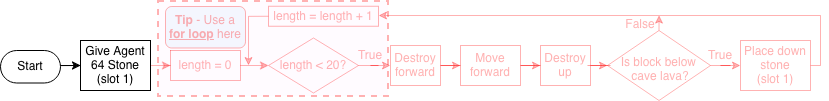
Earlier version of the draw.io export tutorials/python-islands/island-7/autominer/images/flowchart-landscape_1.png (CausewayDigital/Minecraft-EE-MakeCode). Source tidied: cells renumbered, new cells last; positions are measured from the earlier drawing's top-left corner, leaving out a move shared by most shapes.
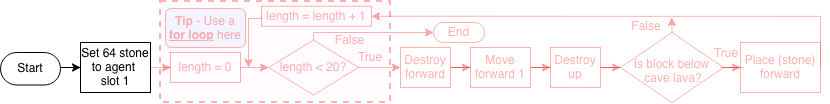
After the commit.

Commit message:
Updated flowchart images for autominer

The edit, as a diff of the source:
```diff
@@ -7,73 +7,85 @@
         <mxPoint x="60" y="64" as="sourcePoint" />
       </mxGeometry>
     </mxCell>
-    <mxCell id="3" style="edgeStyle=orthogonalEdgeStyle;rounded=0;jettySize=auto;html=1;shadow=0;strokeColor=#FF0000;opacity=30;fontColor=#FF0000;textOpacity=30;" parent="1" edge="1" source="4" target="6">
+    <mxCell id="3" style="edgeStyle=orthogonalEdgeStyle;rounded=0;jettySize=auto;html=1;shadow=0;fontColor=#FF0000;textOpacity=30;strokeColor=#FF0000;opacity=30;" parent="1" edge="1" source="4" target="6">
       <mxGeometry relative="1" as="geometry" />
     </mxCell>
-    <mxCell id="4" value="&lt;div&gt;Give Agent 64 Stone&lt;/div&gt;(slot 1)" style="rounded=0;whiteSpace=wrap;html=1;" parent="1" vertex="1">
+    <mxCell id="4" value="Set 64 stone to agent&amp;nbsp;&lt;div&gt;slot 1&lt;/div&gt;" style="rounded=0;whiteSpace=wrap;html=1;" parent="1" vertex="1">
       <mxGeometry x="80" y="39" width="70" height="50" as="geometry" />
     </mxCell>
-    <mxCell id="5" style="edgeStyle=orthogonalEdgeStyle;rounded=0;jettySize=auto;html=1;shadow=0;strokeColor=#FF0000;opacity=30;fontColor=#FF0000;textOpacity=30;" parent="1" edge="1" source="6" target="8">
+    <mxCell id="5" style="edgeStyle=orthogonalEdgeStyle;rounded=0;jettySize=auto;html=1;shadow=0;fontColor=#FF0000;textOpacity=30;strokeColor=#FF0000;opacity=30;" parent="1" edge="1" source="6" target="8">
       <mxGeometry relative="1" as="geometry" />
     </mxCell>
-    <mxCell id="6" value="length = 0" style="rounded=0;whiteSpace=wrap;html=1;shadow=0;strokeColor=#FF0000;opacity=30;fontColor=#FF0000;textOpacity=30;" parent="1" vertex="1">
+    <mxCell id="6" value="length = 0" style="rounded=0;whiteSpace=wrap;html=1;shadow=0;fontColor=#FF0000;textOpacity=30;strokeColor=#FF0000;opacity=30;" parent="1" vertex="1">
       <mxGeometry x="170" y="49" width="70" height="30" as="geometry" />
     </mxCell>
-    <mxCell id="7" style="edgeStyle=orthogonalEdgeStyle;rounded=0;jettySize=auto;html=1;shadow=0;strokeColor=#FF0000;opacity=30;fontColor=#FF0000;textOpacity=30;" parent="1" edge="1" source="8" target="10">
+    <mxCell id="7" style="edgeStyle=orthogonalEdgeStyle;rounded=0;jettySize=auto;html=1;shadow=0;fontColor=#FF0000;textOpacity=30;strokeColor=#FF0000;opacity=30;" parent="1" edge="1" source="8" target="10">
       <mxGeometry relative="1" as="geometry" />
     </mxCell>
+    <mxCell id="28" style="edgeStyle=orthogonalEdgeStyle;rounded=0;jettySize=auto;html=1;exitX=0.5;exitY=0;exitDx=0;exitDy=0;fontSize=12;fontColor=#FF0000;textOpacity=30;strokeColor=#FF0000;opacity=30;" parent="1" edge="1" source="8" target="31">
+      <mxGeometry relative="1" as="geometry">
+        <Array as="points">
+          <mxPoint x="313" y="29" />
+        </Array>
+      </mxGeometry>
+    </mxCell>
+    <mxCell id="29" value="&lt;font style=&quot;font-size: 12px;&quot;&gt;False&lt;/font&gt;" style="edgeLabel;html=1;align=center;verticalAlign=middle;fontColor=#FF0000;textOpacity=30;" parent="28" vertex="1">
+      <mxGeometry x="-0.48" y="1" relative="1" as="geometry">
+        <mxPoint x="10" y="9" as="offset" />
+      </mxGeometry>
+    </mxCell>
-    <mxCell id="8" value="length &amp;lt; 20?" style="rhombus;whiteSpace=wrap;html=1;shadow=0;strokeColor=#FF0000;opacity=30;fontColor=#FF0000;textOpacity=30;" parent="1" vertex="1">
+    <mxCell id="8" value="length &amp;lt; 20?" style="rhombus;whiteSpace=wrap;html=1;shadow=0;fontColor=#FF0000;textOpacity=30;strokeColor=#FF0000;opacity=30;" parent="1" vertex="1">
       <mxGeometry x="268" y="36.5" width="90" height="55" as="geometry" />
     </mxCell>
-    <mxCell id="9" style="edgeStyle=orthogonalEdgeStyle;rounded=0;jettySize=auto;html=1;shadow=0;strokeColor=#FF0000;opacity=30;fontColor=#FF0000;textOpacity=30;" parent="1" edge="1" source="10" target="12">
+    <mxCell id="9" style="edgeStyle=orthogonalEdgeStyle;rounded=0;jettySize=auto;html=1;shadow=0;fontColor=#FF0000;textOpacity=30;strokeColor=#FF0000;opacity=30;" parent="1" edge="1" source="10" target="12">
       <mxGeometry relative="1" as="geometry" />
     </mxCell>
-    <mxCell id="10" value="Destroy forward" style="rounded=0;whiteSpace=wrap;html=1;shadow=0;strokeColor=#FF0000;opacity=30;fontColor=#FF0000;textOpacity=30;" parent="1" vertex="1">
-      <mxGeometry x="390" y="44" width="50" height="40" as="geometry" />
+    <mxCell id="10" value="Destroy forward" style="rounded=0;whiteSpace=wrap;html=1;shadow=0;fontColor=#FF0000;textOpacity=30;strokeColor=#FF0000;opacity=30;" parent="1" vertex="1">
+      <mxGeometry x="400" y="44" width="50" height="40" as="geometry" />
     </mxCell>
-    <mxCell id="11" style="edgeStyle=orthogonalEdgeStyle;rounded=0;jettySize=auto;html=1;exitX=1;exitY=0.5;exitDx=0;exitDy=0;shadow=0;strokeColor=#FF0000;opacity=30;fontColor=#FF0000;textOpacity=30;" parent="1" edge="1" source="12" target="14">
+    <mxCell id="11" style="edgeStyle=orthogonalEdgeStyle;rounded=0;jettySize=auto;html=1;exitX=1;exitY=0.5;exitDx=0;exitDy=0;shadow=0;fontColor=#FF0000;textOpacity=30;strokeColor=#FF0000;opacity=30;" parent="1" edge="1" source="12" target="14">
       <mxGeometry relative="1" as="geometry" />
     </mxCell>
-    <mxCell id="12" value="Move forward" style="rounded=0;whiteSpace=wrap;html=1;shadow=0;strokeColor=#FF0000;opacity=30;fontColor=#FF0000;textOpacity=30;" parent="1" vertex="1">
-      <mxGeometry x="460" y="44" width="60" height="40" as="geometry" />
+    <mxCell id="12" value="Move forward 1" style="rounded=0;whiteSpace=wrap;html=1;shadow=0;fontColor=#FF0000;textOpacity=30;strokeColor=#FF0000;opacity=30;" parent="1" vertex="1">
+      <mxGeometry x="470" y="44" width="60" height="40" as="geometry" />
     </mxCell>
-    <mxCell id="13" style="edgeStyle=orthogonalEdgeStyle;rounded=0;jettySize=auto;html=1;shadow=0;strokeColor=#FF0000;opacity=30;fontColor=#FF0000;textOpacity=30;" parent="1" edge="1" source="14" target="17">
+    <mxCell id="13" style="edgeStyle=orthogonalEdgeStyle;rounded=0;jettySize=auto;html=1;shadow=0;fontColor=#FF0000;textOpacity=30;strokeColor=#FF0000;opacity=30;" parent="1" edge="1" source="14" target="17">
       <mxGeometry relative="1" as="geometry" />
     </mxCell>
-    <mxCell id="14" value="Destroy up" style="rounded=0;whiteSpace=wrap;html=1;shadow=0;strokeColor=#FF0000;opacity=30;fontColor=#FF0000;textOpacity=30;" parent="1" vertex="1">
-      <mxGeometry x="540" y="44" width="50" height="40" as="geometry" />
+    <mxCell id="14" value="Destroy up" style="rounded=0;whiteSpace=wrap;html=1;shadow=0;fontColor=#FF0000;textOpacity=30;strokeColor=#FF0000;opacity=30;" parent="1" vertex="1">
+      <mxGeometry x="550" y="44" width="50" height="40" as="geometry" />
     </mxCell>
-    <mxCell id="15" style="edgeStyle=orthogonalEdgeStyle;rounded=0;jettySize=auto;html=1;shadow=0;strokeColor=#FF0000;opacity=30;fontColor=#FF0000;textOpacity=30;" parent="1" edge="1" source="17" target="19">
+    <mxCell id="15" style="edgeStyle=orthogonalEdgeStyle;rounded=0;jettySize=auto;html=1;shadow=0;fontColor=#FF0000;textOpacity=30;strokeColor=#FF0000;opacity=30;" parent="1" edge="1" source="17" target="19">
       <mxGeometry relative="1" as="geometry" />
     </mxCell>
-    <mxCell id="16" style="edgeStyle=orthogonalEdgeStyle;rounded=0;jettySize=auto;html=1;exitX=0.5;exitY=0;exitDx=0;exitDy=0;entryX=0.964;entryY=0.029;entryDx=0;entryDy=0;entryPerimeter=0;shadow=0;strokeColor=#FF0000;opacity=30;fontColor=#FF0000;textOpacity=30;" parent="1" edge="1" source="17" target="22">
-      <mxGeometry relative="1" as="geometry" />
-    </mxCell>
+    <mxCell id="30" style="edgeStyle=orthogonalEdgeStyle;rounded=0;jettySize=auto;html=1;exitX=0.5;exitY=0;exitDx=0;exitDy=0;fontColor=#FF0000;textOpacity=30;strokeColor=#FF0000;opacity=30;" parent="1" edge="1" source="17">
+      <mxGeometry relative="1" as="geometry">
+        <mxPoint x="671.3" y="14" as="targetPoint" />
+      </mxGeometry>
+    </mxCell>
-    <mxCell id="17" value="Is block below&amp;nbsp;&lt;br&gt;cave lava?" style="rhombus;whiteSpace=wrap;html=1;verticalAlign=middle;spacingBottom=0;spacingTop=7;spacingLeft=3;shadow=0;strokeColor=#FF0000;opacity=30;fontColor=#FF0000;textOpacity=30;" parent="1" vertex="1">
-      <mxGeometry x="607" y="29" width="103" height="70" as="geometry" />
+    <mxCell id="17" value="Is block below&amp;nbsp;&lt;br&gt;cave lava?" style="rhombus;whiteSpace=wrap;html=1;verticalAlign=middle;spacingBottom=0;spacingTop=7;spacingLeft=3;shadow=0;fontColor=#FF0000;textOpacity=30;strokeColor=#FF0000;opacity=30;" parent="1" vertex="1">
+      <mxGeometry x="620" y="29" width="103" height="70" as="geometry" />
     </mxCell>
-    <mxCell id="18" style="edgeStyle=orthogonalEdgeStyle;rounded=0;jettySize=auto;html=1;entryX=1;entryY=0.5;entryDx=0;entryDy=0;shadow=0;strokeColor=#FF0000;opacity=30;fontColor=#FF0000;textOpacity=30;" parent="1" edge="1" source="19" target="24">
+    <mxCell id="18" style="edgeStyle=orthogonalEdgeStyle;rounded=0;jettySize=auto;html=1;exitX=1;exitY=0.5;exitDx=0;exitDy=0;entryX=1;entryY=0.5;entryDx=0;entryDy=0;fontColor=#FF0000;textOpacity=30;strokeColor=#FF0000;opacity=30;" parent="1" edge="1" source="19" target="24">
       <mxGeometry relative="1" as="geometry">
         <Array as="points">
-          <mxPoint x="820" y="64" />
-          <mxPoint x="820" y="14" />
-          <mxPoint x="378" y="14" />
+          <mxPoint x="820" y="13" />
         </Array>
       </mxGeometry>
     </mxCell>
-    <mxCell id="19" value="&lt;div&gt;Place down stone&lt;/div&gt;(slot 1)" style="rounded=0;whiteSpace=wrap;html=1;shadow=0;strokeColor=#FF0000;opacity=30;fontColor=#FF0000;textOpacity=30;" parent="1" vertex="1">
-      <mxGeometry x="740" y="39" width="70" height="50" as="geometry" />
+    <mxCell id="19" value="&lt;div&gt;Place (stone) forward&lt;/div&gt;" style="rounded=0;whiteSpace=wrap;html=1;shadow=0;fontColor=#FF0000;textOpacity=30;strokeColor=#FF0000;opacity=30;" parent="1" vertex="1">
+      <mxGeometry x="740" y="39" width="80" height="50" as="geometry" />
     </mxCell>
-    <mxCell id="20" value="True&lt;span style=&quot;font-family: monospace; font-size: 0px;&quot;&gt;%3CmxGraphModel%3E%3Croot%3E%3CmxCell%20id%3D%220%22%2F%3E%3CmxCell%20id%3D%221%22%20parent%3D%220%22%2F%3E%3CmxCell%20id%3D%222%22%20value%3D%22destroy%20forward%22%20style%3D%22rounded%3D0%3BwhiteSpace%3Dwrap%3Bhtml%3D1%3B%22%20vertex%3D%221%22%20parent%3D%221%22%3E%3CmxGeometry%20x%3D%22240%22%20y%3D%22560%22%20width%3D%22120%22%20height%3D%2260%22%20as%3D%22geometry%22%2F%3E%3C%2FmxCell%3E%3C%2Froot%3E%3C%2FmxGraphModel%3E&lt;/span&gt;" style="text;html=1;align=center;verticalAlign=middle;whiteSpace=wrap;rounded=0;shadow=0;strokeColor=none;opacity=30;fontColor=#FF0000;textOpacity=30;" parent="1" vertex="1">
+    <mxCell id="20" value="True&lt;span style=&quot;font-family: monospace; font-size: 0px;&quot;&gt;%3CmxGraphModel%3E%3Croot%3E%3CmxCell%20id%3D%220%22%2F%3E%3CmxCell%20id%3D%221%22%20parent%3D%220%22%2F%3E%3CmxCell%20id%3D%222%22%20value%3D%22destroy%20forward%22%20style%3D%22rounded%3D0%3BwhiteSpace%3Dwrap%3Bhtml%3D1%3B%22%20vertex%3D%221%22%20parent%3D%221%22%3E%3CmxGeometry%20x%3D%22240%22%20y%3D%22560%22%20width%3D%22120%22%20height%3D%2260%22%20as%3D%22geometry%22%2F%3E%3C%2FmxCell%3E%3C%2Froot%3E%3C%2FmxGraphModel%3E&lt;/span&gt;" style="text;html=1;align=center;verticalAlign=middle;whiteSpace=wrap;rounded=0;shadow=0;fontColor=#FF0000;textOpacity=30;" parent="1" vertex="1">
       <mxGeometry x="350" y="44" width="40" height="20" as="geometry" />
     </mxCell>
-    <mxCell id="21" value="True&lt;span style=&quot;font-family: monospace; font-size: 0px;&quot;&gt;%3CmxGraphModel%3E%3Croot%3E%3CmxCell%20id%3D%220%22%2F%3E%3CmxCell%20id%3D%221%22%20parent%3D%220%22%2F%3E%3CmxCell%20id%3D%222%22%20value%3D%22destroy%20forward%22%20style%3D%22rounded%3D0%3BwhiteSpace%3Dwrap%3Bhtml%3D1%3B%22%20vertex%3D%221%22%20parent%3D%221%22%3E%3CmxGeometry%20x%3D%22240%22%20y%3D%22560%22%20width%3D%22120%22%20height%3D%2260%22%20as%3D%22geometry%22%2F%3E%3C%2FmxCell%3E%3C%2Froot%3E%3C%2FmxGraphModel%3E&lt;/span&gt;" style="text;html=1;align=center;verticalAlign=middle;whiteSpace=wrap;rounded=0;shadow=0;strokeColor=none;opacity=30;fontColor=#FF0000;textOpacity=30;" parent="1" vertex="1">
-      <mxGeometry x="700" y="44" width="40" height="20" as="geometry" />
+    <mxCell id="21" value="True&lt;span style=&quot;font-family: monospace; font-size: 0px;&quot;&gt;%3CmxGraphModel%3E%3Croot%3E%3CmxCell%20id%3D%220%22%2F%3E%3CmxCell%20id%3D%221%22%20parent%3D%220%22%2F%3E%3CmxCell%20id%3D%222%22%20value%3D%22destroy%20forward%22%20style%3D%22rounded%3D0%3BwhiteSpace%3Dwrap%3Bhtml%3D1%3B%22%20vertex%3D%221%22%20parent%3D%221%22%3E%3CmxGeometry%20x%3D%22240%22%20y%3D%22560%22%20width%3D%22120%22%20height%3D%2260%22%20as%3D%22geometry%22%2F%3E%3C%2FmxCell%3E%3C%2Froot%3E%3C%2FmxGraphModel%3E&lt;/span&gt;" style="text;html=1;align=center;verticalAlign=middle;whiteSpace=wrap;rounded=0;shadow=0;fontColor=#FF0000;textOpacity=30;" parent="1" vertex="1">
+      <mxGeometry x="706" y="40" width="40" height="20" as="geometry" />
     </mxCell>
-    <mxCell id="22" value="False" style="text;html=1;align=center;verticalAlign=middle;whiteSpace=wrap;rounded=0;shadow=0;strokeColor=none;opacity=30;fontColor=#FF0000;textOpacity=30;" parent="1" vertex="1">
-      <mxGeometry x="620" y="13" width="40" height="20" as="geometry" />
+    <mxCell id="22" value="False" style="text;html=1;align=center;verticalAlign=middle;whiteSpace=wrap;rounded=0;shadow=0;fontColor=#FF0000;textOpacity=30;" parent="1" vertex="1">
+      <mxGeometry x="626" y="12.8" width="40" height="20" as="geometry" />
     </mxCell>
-    <mxCell id="23" style="edgeStyle=orthogonalEdgeStyle;rounded=0;jettySize=auto;html=1;exitX=0;exitY=0.5;exitDx=0;exitDy=0;shadow=0;strokeColor=#FF0000;opacity=30;fontColor=#FF0000;textOpacity=30;" parent="1" edge="1" source="24">
+    <mxCell id="23" style="edgeStyle=orthogonalEdgeStyle;rounded=0;jettySize=auto;html=1;exitX=0;exitY=0.5;exitDx=0;exitDy=0;shadow=0;fontColor=#FF0000;textOpacity=30;strokeColor=#FF0000;opacity=30;" parent="1" edge="1" source="24">
       <mxGeometry relative="1" as="geometry">
         <mxPoint x="248" y="64" as="targetPoint" />
         <Array as="points">
@@ -81,17 +93,21 @@
         </Array>
       </mxGeometry>
     </mxCell>
-    <mxCell id="24" value="length = length + 1" style="rounded=0;whiteSpace=wrap;html=1;shadow=0;strokeColor=#FF0000;opacity=30;fontColor=#FF0000;textOpacity=30;" parent="1" vertex="1">
-      <mxGeometry x="268" y="4.8" width="110" height="20" as="geometry" />
+    <mxCell id="24" value="length = length + 1" style="rounded=0;whiteSpace=wrap;html=1;shadow=0;fontColor=#FF0000;textOpacity=30;strokeColor=#FF0000;opacity=30;" parent="1" vertex="1">
+      <mxGeometry x="261" y="2.8" width="110" height="20" as="geometry" />
     </mxCell>
-    <mxCell id="25" style="rounded=0;whiteSpace=wrap;html=1;fillColor=light-dark(#FB0FFF0D,#EDEDED0D);strokeColor=#FF0000;strokeWidth=2;dashed=1;perimeterSpacing=0;shadow=0;opacity=30;fontColor=#FF0000;textOpacity=30;" parent="1" vertex="1">
-      <mxGeometry x="158" width="230" height="95" as="geometry" />
-    </mxCell>
     <mxCell id="26" value="&lt;b&gt;Tip &lt;/b&gt;- Use a &lt;b&gt;&lt;u&gt;for loop&lt;/u&gt;&lt;/b&gt; here" style="text;html=1;whiteSpace=wrap;strokeColor=#FF0000;fillColor=#dae8fc;align=center;verticalAlign=middle;rounded=1;glass=0;shadow=0;opacity=30;fontColor=#FF0000;textOpacity=30;" parent="1" vertex="1">
-      <mxGeometry x="165" y="5" width="80" height="41.5" as="geometry" />
+      <mxGeometry x="165" y="5" width="80" height="39" as="geometry" />
     </mxCell>
     <mxCell id="27" value="Start" style="html=1;dashed=0;whiteSpace=wrap;shape=mxgraph.dfd.start;" parent="1" vertex="1">
       <mxGeometry y="49" width="60" height="32.5" as="geometry" />
     </mxCell>
+    <mxCell id="31" value="End" style="html=1;dashed=0;whiteSpace=wrap;shape=mxgraph.dfd.start;fontColor=#FF0000;textOpacity=30;strokeColor=#FF0000;opacity=30;" parent="1" vertex="1">
+      <mxGeometry x="433" y="19" width="51" height="20" as="geometry" />
+    </mxCell>
+    <mxCell id="32" value="Untitled Layer" parent="0" />
+    <mxCell id="25" style="rounded=0;whiteSpace=wrap;html=1;fillColor=light-dark(#FB0FFF0D,#EDEDED0D);strokeColor=#FF0000;strokeWidth=2;dashed=1;perimeterSpacing=0;shadow=0;fontColor=#FF0000;textOpacity=30;opacity=30;" parent="32" vertex="1">
+      <mxGeometry x="160" y="-2" width="230" height="101" as="geometry" />
+    </mxCell>
   </root>
 </mxGraphModel>
```
